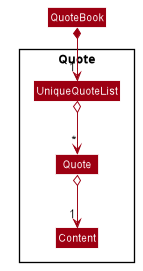
Above: docs/images/ModelQuoteClassDiagram.png in nus-cs2103-AY1920S2/addressbook-level3 (PlantUML), before the change. The source it was exported from:
```plantuml
@startuml








skinparam BackgroundColor #FFFFFFF

skinparam Shadowing false

skinparam Class {
    FontColor #FFFFFF
    BorderThickness 1
    BorderColor #FFFFFF
    StereotypeFontColor #FFFFFF
    FontName Arial
}

skinparam Actor {
    BorderColor #000000
    Color #000000
    FontName Arial
}

skinparam Sequence {
    MessageAlign center
    BoxFontSize 15
    BoxPadding 0
    BoxFontColor #FFFFFF
    FontName Arial
}

skinparam Participant {
    FontColor #FFFFFFF
    Padding 20
}

skinparam MinClassWidth 50
skinparam ParticipantPadding 10
skinparam Shadowing false
skinparam DefaultTextAlignment center
skinparam packageStyle Rectangle

hide footbox
hide members
hide circle

skinparam arrowThickness 1.1
skinparam arrowColor #9D0012
skinparam classBackgroundColor #9D0012

class QuoteBook

Package Quote {
    class UniqueQuoteList
    class Quote
    class Content
}


QuoteBook *-down->"1" UniqueQuoteList
UniqueQuoteList o--> "*" Quote
Quote o--> "1" Content

@enduml
```
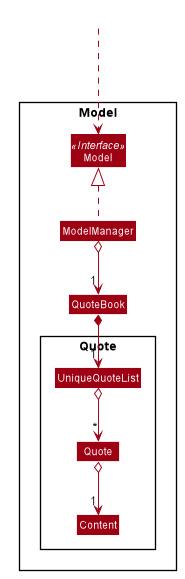
Above is the later version.

Commit message:
Updated model diagrams

What changed in the source:
```diff
@@ -52,6 +52,14 @@
 skinparam arrowColor #9D0012
 skinparam classBackgroundColor #9D0012
 
+
+Class HiddenOutside #FFFFFF
+
+Package Model <<Rectangle>>{
+
+Interface Model <<Interface>>
+Class Model
+Class ModelManager
 class QuoteBook
 
 Package Quote {
@@ -59,7 +67,9 @@
     class Quote
     class Content
 }
-
+HiddenOutside ...> Model
+ModelManager o--> "1" QuoteBook
+ModelManager .up.|> Model
 
 QuoteBook *-down->"1" UniqueQuoteList
 UniqueQuoteList o--> "*" Quote
```
